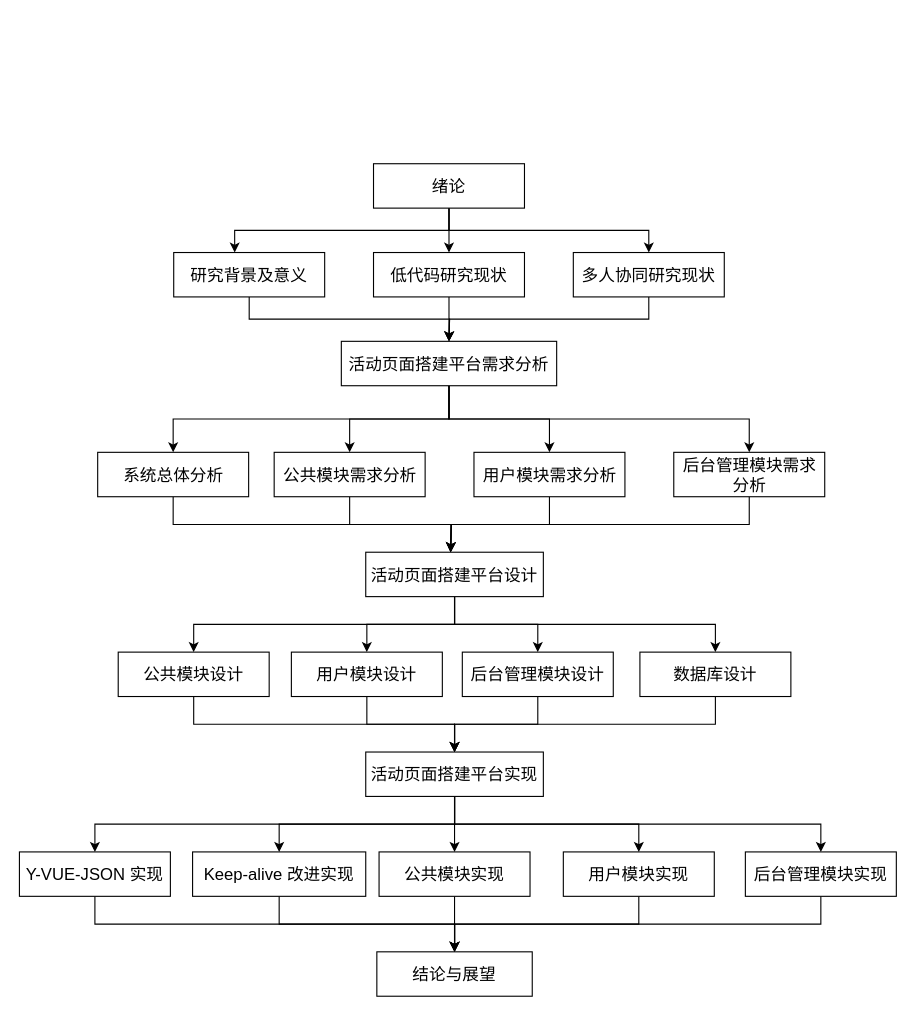
Above: 论文的技术路线图.drawio in yuxinyu12345/diagrams (draw.io), before the change. Source tidied: cells renumbered, new cells numbered last; positions are measured from the earlier drawing's top-left corner, leaving out a move shared by most shapes. Both pictures are drawn from the tidied source at 111%, with x=0, y=0 at pixel (19, 163).
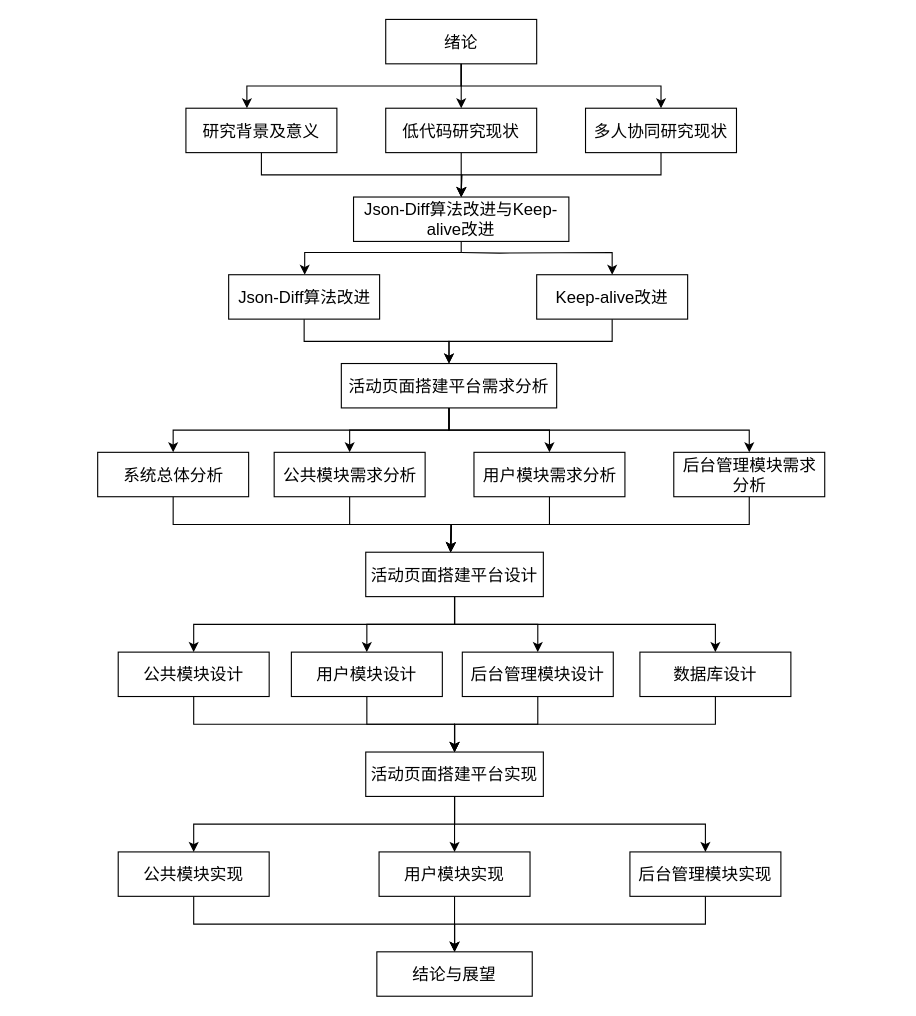
The same diagram, later.

Commit message:
更新论文的技术路线图.drawio

The change refers to these unchanged cells:
```xml
<mxCell id="38" value="活动页面搭建平台实现" style="rounded=0;whiteSpace=wrap;html=1;fontSize=15;" parent="1" vertex="1">
  <mxGeometry x="312" y="530" width="160" height="40" as="geometry" />
</mxCell>
<mxCell id="47" value="结论与展望" style="rounded=0;whiteSpace=wrap;html=1;fontSize=15;" parent="1" vertex="1">
  <mxGeometry x="322" y="710" width="140" height="40" as="geometry" />
</mxCell>
```

Diff of the diagram source:
```diff
@@
     <mxCell id="4" value="绪论" style="rounded=0;whiteSpace=wrap;html=1;fontSize=15;" parent="1" vertex="1">
-      <mxGeometry x="319" width="136" height="40" as="geometry" />
+      <mxGeometry x="330" y="-130" width="136" height="40" as="geometry" />
     </mxCell>
     <mxCell id="5" style="edgeStyle=orthogonalEdgeStyle;rounded=0;jettySize=auto;html=1;exitX=0.5;exitY=1;exitDx=0;exitDy=0;entryX=0.5;entryY=0;entryDx=0;entryDy=0;fontSize=15;" parent="1" edge="1" source="6">
       <mxGeometry relative="1" as="geometry">
-        <mxPoint x="387" y="160" as="targetPoint" />
+        <mxPoint x="398" y="30" as="targetPoint" />
       </mxGeometry>
     </mxCell>
     <mxCell id="6" value="研究背景及意义" style="rounded=0;whiteSpace=wrap;html=1;fontSize=15;" parent="1" vertex="1">
-      <mxGeometry x="139" y="80" width="136" height="40" as="geometry" />
+      <mxGeometry x="150" y="-50" width="136" height="40" as="geometry" />
     </mxCell>
     <mxCell id="7" style="edgeStyle=orthogonalEdgeStyle;rounded=0;jettySize=auto;html=1;exitX=0.5;exitY=1;exitDx=0;exitDy=0;entryX=0.5;entryY=0;entryDx=0;entryDy=0;fontSize=15;" parent="1" edge="1" source="8">
       <mxGeometry relative="1" as="geometry">
-        <mxPoint x="387" y="160" as="targetPoint" />
+        <mxPoint x="398" y="30" as="targetPoint" />
       </mxGeometry>
     </mxCell>
     <mxCell id="8" value="低代码研究现状" style="rounded=0;whiteSpace=wrap;html=1;fontSize=15;" parent="1" vertex="1">
-      <mxGeometry x="319" y="80" width="136" height="40" as="geometry" />
+      <mxGeometry x="330" y="-50" width="136" height="40" as="geometry" />
     </mxCell>
     <mxCell id="9" style="edgeStyle=orthogonalEdgeStyle;rounded=0;jettySize=auto;html=1;exitX=0.5;exitY=1;exitDx=0;exitDy=0;entryX=0.5;entryY=0;entryDx=0;entryDy=0;fontSize=15;" parent="1" edge="1" source="10">
       <mxGeometry relative="1" as="geometry">
-        <mxPoint x="387" y="160" as="targetPoint" />
+        <mxPoint x="398" y="30" as="targetPoint" />
       </mxGeometry>
     </mxCell>
     <mxCell id="10" value="多人协同研究现状" style="rounded=0;whiteSpace=wrap;html=1;fontSize=15;" parent="1" vertex="1">
-      <mxGeometry x="499" y="80" width="136" height="40" as="geometry" />
+      <mxGeometry x="510" y="-50" width="136" height="40" as="geometry" />
     </mxCell>
@@
     <mxCell id="15" value="活动页面搭建平台需求分析" style="rounded=0;whiteSpace=wrap;html=1;fontSize=15;" parent="1" vertex="1">
-      <mxGeometry x="290" y="160" width="194" height="40" as="geometry" />
+      <mxGeometry x="290" y="180" width="194" height="40" as="geometry" />
     </mxCell>
@@
-    <mxCell id="33" style="edgeStyle=orthogonalEdgeStyle;rounded=0;jettySize=auto;html=1;exitX=0.5;exitY=1;exitDx=0;exitDy=0;fontSize=15;" parent="1" edge="1" source="38" target="54">
-      <mxGeometry relative="1" as="geometry" />
-    </mxCell>
-    <mxCell id="34" style="edgeStyle=orthogonalEdgeStyle;rounded=0;jettySize=auto;html=1;exitX=0.5;exitY=1;exitDx=0;exitDy=0;entryX=0.5;entryY=0;entryDx=0;entryDy=0;fontSize=15;" parent="1" edge="1" source="38" target="46">
-      <mxGeometry relative="1" as="geometry" />
-    </mxCell>
@@
     <mxCell id="40" value="公共模块实现" style="rounded=0;whiteSpace=wrap;html=1;fontSize=15;" parent="1" vertex="1">
-      <mxGeometry x="324" y="620" width="136" height="40" as="geometry" />
+      <mxGeometry x="89" y="620" width="136" height="40" as="geometry" />
     </mxCell>
@@
     <mxCell id="42" value="用户模块实现" style="rounded=0;whiteSpace=wrap;html=1;fontSize=15;" parent="1" vertex="1">
-      <mxGeometry x="490" y="620" width="136" height="40" as="geometry" />
+      <mxGeometry x="324" y="620" width="136" height="40" as="geometry" />
     </mxCell>
@@
     <mxCell id="44" value="后台管理模块实现" style="rounded=0;whiteSpace=wrap;html=1;fontSize=15;" parent="1" vertex="1">
-      <mxGeometry x="654" y="620" width="136" height="40" as="geometry" />
+      <mxGeometry x="550" y="620" width="136" height="40" as="geometry" />
     </mxCell>
-    <mxCell id="45" style="edgeStyle=orthogonalEdgeStyle;rounded=0;jettySize=auto;html=1;exitX=0.5;exitY=1;exitDx=0;exitDy=0;entryX=0.5;entryY=0;entryDx=0;entryDy=0;" parent="1" edge="1" source="46" target="47">
-      <mxGeometry relative="1" as="geometry" />
-    </mxCell>
-    <mxCell id="46" value="Keep-alive 改进实现" style="rounded=0;whiteSpace=wrap;html=1;fontSize=15;" parent="1" vertex="1">
-      <mxGeometry x="156" y="620" width="156" height="40" as="geometry" />
-    </mxCell>
@@
-    <mxCell id="53" style="edgeStyle=orthogonalEdgeStyle;rounded=0;jettySize=auto;html=1;exitX=0.5;exitY=1;exitDx=0;exitDy=0;" parent="1" edge="1" source="54" target="47">
-      <mxGeometry relative="1" as="geometry" />
-    </mxCell>
-    <mxCell id="54" value="Y-VUE-JSON 实现" style="rounded=0;whiteSpace=wrap;html=1;fontSize=15;" parent="1" vertex="1">
-      <mxGeometry y="620" width="136" height="40" as="geometry" />
-    </mxCell>
+    <mxCell id="55" style="edgeStyle=orthogonalEdgeStyle;rounded=0;jettySize=auto;html=1;exitX=0.5;exitY=1;exitDx=0;exitDy=0;" parent="1" edge="1" source="57" target="59">
+      <mxGeometry relative="1" as="geometry">
+        <Array as="points">
+          <mxPoint x="398" y="80" />
+          <mxPoint x="257" y="80" />
+        </Array>
+      </mxGeometry>
+    </mxCell>
+    <mxCell id="56" style="edgeStyle=orthogonalEdgeStyle;rounded=0;jettySize=auto;html=1;exitX=0.5;exitY=1;exitDx=0;exitDy=0;entryX=0.5;entryY=0;entryDx=0;entryDy=0;" parent="1" edge="1" target="61">
+      <mxGeometry relative="1" as="geometry">
+        <mxPoint x="398" y="80" as="sourcePoint" />
+      </mxGeometry>
+    </mxCell>
+    <mxCell id="57" value="Json-Diff算法改进与Keep-alive改进" style="rounded=0;whiteSpace=wrap;html=1;fontSize=15;" parent="1" vertex="1">
+      <mxGeometry x="301" y="30" width="194" height="40" as="geometry" />
+    </mxCell>
+    <mxCell id="58" style="edgeStyle=orthogonalEdgeStyle;rounded=0;jettySize=auto;html=1;exitX=0.5;exitY=1;exitDx=0;exitDy=0;entryX=0.5;entryY=0;entryDx=0;entryDy=0;" parent="1" edge="1" source="59" target="15">
+      <mxGeometry relative="1" as="geometry" />
+    </mxCell>
+    <mxCell id="59" value="Json-Diff算法改进" style="rounded=0;whiteSpace=wrap;html=1;fontSize=15;" parent="1" vertex="1">
+      <mxGeometry x="188.5" y="100" width="136" height="40" as="geometry" />
+    </mxCell>
+    <mxCell id="60" style="edgeStyle=orthogonalEdgeStyle;rounded=0;jettySize=auto;html=1;exitX=0.5;exitY=1;exitDx=0;exitDy=0;entryX=0.5;entryY=0;entryDx=0;entryDy=0;" parent="1" edge="1" source="61" target="15">
+      <mxGeometry relative="1" as="geometry" />
+    </mxCell>
+    <mxCell id="61" value="Keep-alive改进" style="rounded=0;whiteSpace=wrap;html=1;fontSize=15;" parent="1" vertex="1">
+      <mxGeometry x="466" y="100" width="136" height="40" as="geometry" />
+    </mxCell>
```
